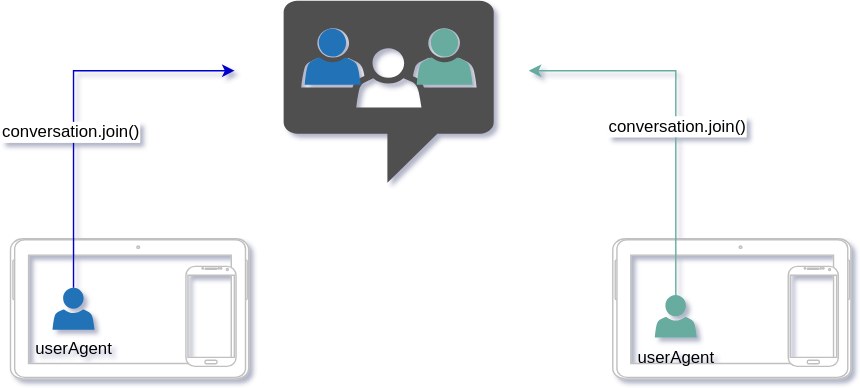
This is src/assets/apirtc_conversation_join.svg from kmoyse-apizee/apizee, a draw.io export, as it was before one commit. Source tidied: cells renumbered, new cells last; positions are measured from the earlier drawing's top-left corner, leaving out a move shared by most shapes.
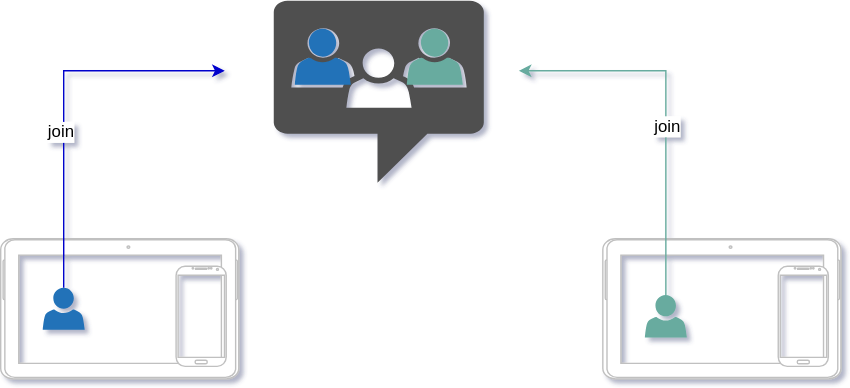
The same diagram one commit later.

Diff of the diagram source:
```diff
@@ -11,7 +11,7 @@
     <mxCell id="4" style="verticalLabelPosition=bottom;verticalAlign=top;html=1;shadow=0;dashed=0;strokeWidth=1;shape=mxgraph.android.phone2;strokeColor=#c0c0c0;" parent="2" vertex="1">
       <mxGeometry x="125.3" y="19.6" width="35.8" height="71.4" as="geometry" />
     </mxCell>
-    <mxCell id="5" value="userAgent" style="shadow=0;dashed=0;html=1;strokeColor=none;labelPosition=center;verticalLabelPosition=bottom;verticalAlign=top;outlineConnect=0;align=center;shape=mxgraph.office.users.user;fillColor=#2072B8;" parent="2" vertex="1">
+    <mxCell id="5" style="shadow=0;dashed=0;html=1;strokeColor=none;labelPosition=center;verticalLabelPosition=bottom;verticalAlign=top;outlineConnect=0;align=center;shape=mxgraph.office.users.user;fillColor=#2072B8;" parent="2" vertex="1">
       <mxGeometry x="30" y="35" width="30" height="30" as="geometry" />
     </mxCell>
     <mxCell id="6" style="group;" parent="1" vertex="1">
@@ -23,7 +23,7 @@
     <mxCell id="8" style="verticalLabelPosition=bottom;verticalAlign=top;html=1;shadow=0;dashed=0;strokeWidth=1;shape=mxgraph.android.phone2;strokeColor=#c0c0c0;" parent="6" vertex="1">
       <mxGeometry x="125.3" y="19.6" width="35.8" height="71.4" as="geometry" />
     </mxCell>
-    <mxCell id="9" value="userAgent" style="shadow=0;dashed=0;html=1;strokeColor=none;labelPosition=center;verticalLabelPosition=bottom;verticalAlign=top;outlineConnect=0;align=center;shape=mxgraph.office.users.user;fillColor=#67AB9F;" parent="6" vertex="1">
+    <mxCell id="9" style="shadow=0;dashed=0;html=1;strokeColor=none;labelPosition=center;verticalLabelPosition=bottom;verticalAlign=top;outlineConnect=0;align=center;shape=mxgraph.office.users.user;fillColor=#67AB9F;" parent="6" vertex="1">
       <mxGeometry x="30" y="40.2" width="30" height="30.4" as="geometry" />
     </mxCell>
     <mxCell id="10" style="edgeStyle=orthogonalEdgeStyle;rounded=0;jettySize=auto;html=1;strokeColor=#0000CC;" parent="1" edge="1" source="5">
@@ -34,7 +34,7 @@
         </Array>
       </mxGeometry>
     </mxCell>
-    <mxCell id="11" value="&lt;span style=&quot;font-size: 12px&quot;&gt;conversation.join()&lt;/span&gt;" style="edgeLabel;html=1;align=center;verticalAlign=middle;" parent="10" vertex="1">
+    <mxCell id="11" value="&lt;span style=&quot;font-size: 12px&quot;&gt;join&lt;br&gt;&lt;/span&gt;" style="edgeLabel;html=1;align=center;verticalAlign=middle;" parent="10" vertex="1">
       <mxGeometry x="-0.17" y="3" relative="1" as="geometry" />
     </mxCell>
     <mxCell id="12" style="edgeStyle=orthogonalEdgeStyle;rounded=0;jettySize=auto;html=1;strokeColor=#67AB9F;" parent="1" edge="1" source="9">
@@ -45,7 +45,7 @@
         </Array>
       </mxGeometry>
     </mxCell>
-    <mxCell id="13" value="&lt;span style=&quot;font-size: 12px&quot;&gt;conversation.join()&lt;/span&gt;" style="edgeLabel;html=1;align=center;verticalAlign=middle;" parent="12" vertex="1">
+    <mxCell id="13" value="&lt;span style=&quot;font-size: 12px&quot;&gt;join&lt;/span&gt;" style="edgeLabel;html=1;align=center;verticalAlign=middle;" parent="12" vertex="1">
       <mxGeometry x="-0.09" y="1" relative="1" as="geometry">
         <mxPoint x="1" as="offset" />
       </mxGeometry>
```
